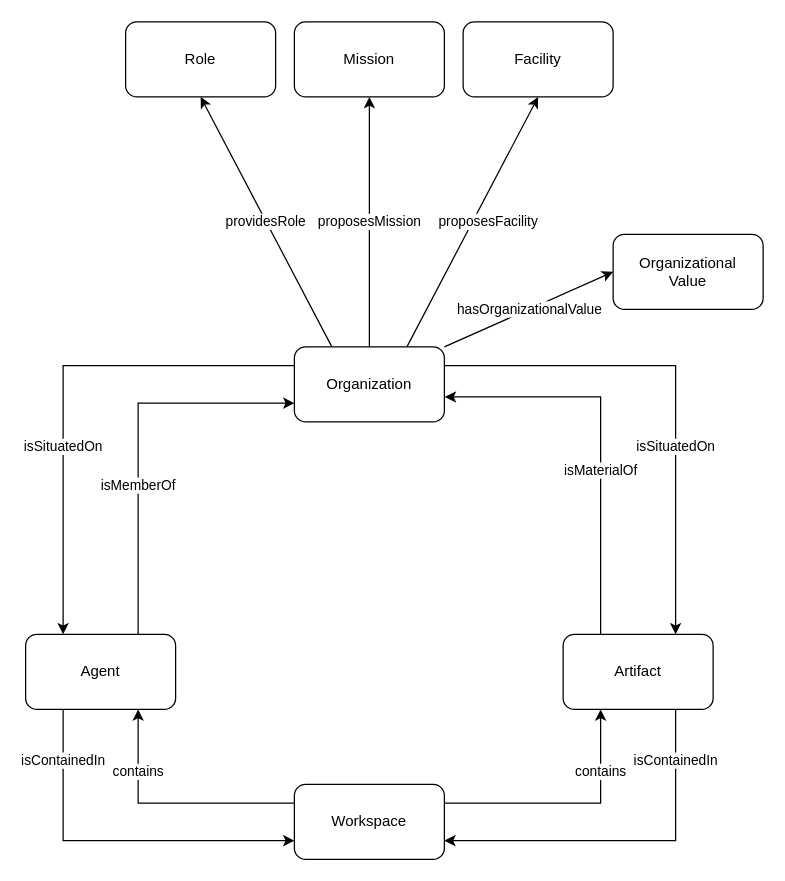
Earlier version of the draw.io diagram domains/logistics/create-organization/create-organization.drawio (HyperAgents/hmas). Source tidied: cells renumbered, new cells numbered last; positions are measured from the earlier drawing's top-left corner, leaving out a move shared by most shapes. Both pictures are drawn from the tidied source at 125%, with x=0, y=0 at pixel (25, 21).
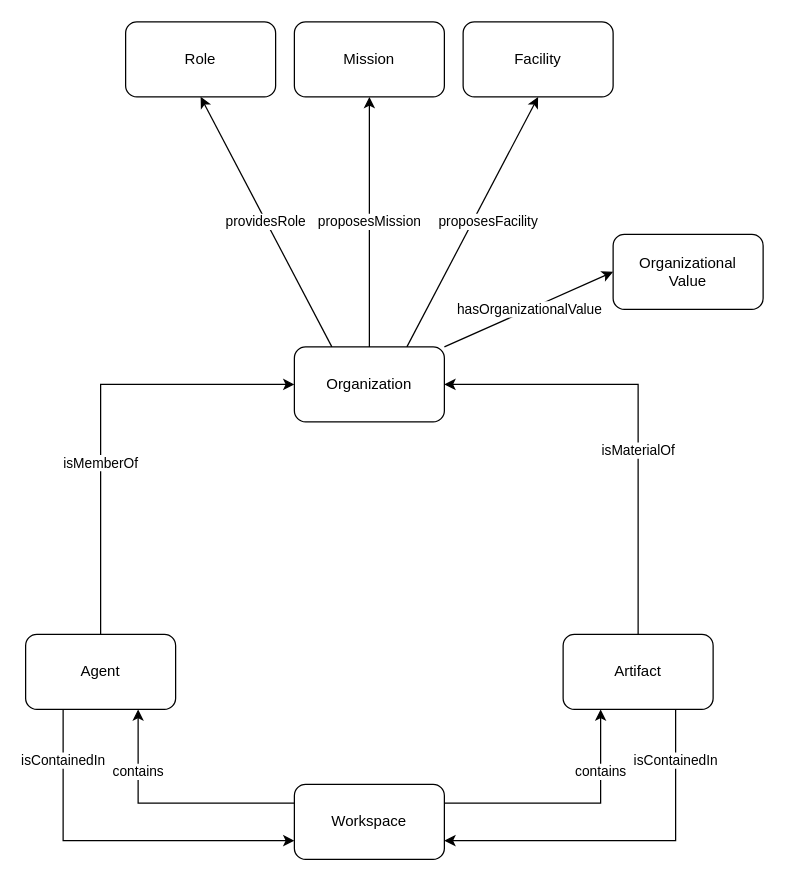
After the change.

Commit message (it also covers changes not shown here):
Remove isSituatedOn relation from diagram

The change refers to these unchanged cells:
```xml
<mxCell id="7" value="Organization" style="rounded=1;whiteSpace=wrap;html=1;" parent="1" vertex="1">
  <mxGeometry x="215" y="260" width="120" height="60" as="geometry" />
</mxCell>
<mxCell id="12" value="Agent" style="rounded=1;whiteSpace=wrap;html=1;" parent="1" vertex="1">
  <mxGeometry y="490" width="120" height="60" as="geometry" />
</mxCell>
<mxCell id="16" value="Artifact" style="rounded=1;whiteSpace=wrap;html=1;" parent="1" vertex="1">
  <mxGeometry x="430" y="490" width="120" height="60" as="geometry" />
</mxCell>
```

What changed in the source:
```diff
@@
-    <mxCell id="4" value="isSituatedOn" style="edgeStyle=orthogonalEdgeStyle;rounded=0;jettySize=auto;html=1;entryX=0.25;entryY=0;entryDx=0;entryDy=0;exitX=0;exitY=0.25;exitDx=0;exitDy=0;" parent="1" edge="1" source="7" target="12">
-      <mxGeometry x="0.25" relative="1" as="geometry" />
-    </mxCell>
@@
-    <mxCell id="10" value="isMemberOf" style="edgeStyle=orthogonalEdgeStyle;rounded=0;jettySize=auto;html=1;exitX=0.75;exitY=0;exitDx=0;exitDy=0;entryX=0;entryY=0.75;entryDx=0;entryDy=0;" parent="1" edge="1" source="12" target="7">
+    <mxCell id="10" value="isMemberOf" style="edgeStyle=orthogonalEdgeStyle;rounded=0;jettySize=auto;html=1;exitX=0.5;exitY=0;exitDx=0;exitDy=0;entryX=0;entryY=0.5;entryDx=0;entryDy=0;" parent="1" edge="1" source="12" target="7">
       <mxGeometry x="-0.23" relative="1" as="geometry" />
     </mxCell>
@@
-    <mxCell id="13" value="isSituatedOn" style="edgeStyle=orthogonalEdgeStyle;rounded=0;jettySize=auto;html=1;exitX=0.75;exitY=0;exitDx=0;exitDy=0;entryX=1;entryY=0.25;entryDx=0;entryDy=0;startArrow=classic;startFill=1;endArrow=none;endFill=0;" parent="1" edge="1" source="16" target="7">
-      <mxGeometry x="-0.25" relative="1" as="geometry" />
-    </mxCell>
-    <mxCell id="14" value="isMaterialOf" style="edgeStyle=orthogonalEdgeStyle;rounded=0;jettySize=auto;html=1;exitX=0.25;exitY=0;exitDx=0;exitDy=0;entryX=1.003;entryY=0.667;entryDx=0;entryDy=0;entryPerimeter=0;" parent="1" edge="1" source="16" target="7">
+    <mxCell id="14" value="isMaterialOf" style="edgeStyle=orthogonalEdgeStyle;rounded=0;jettySize=auto;html=1;exitX=0.5;exitY=0;exitDx=0;exitDy=0;entryX=1;entryY=0.5;entryDx=0;entryDy=0;" parent="1" edge="1" source="16" target="7">
       <mxGeometry x="-0.17" relative="1" as="geometry" />
     </mxCell>
```
